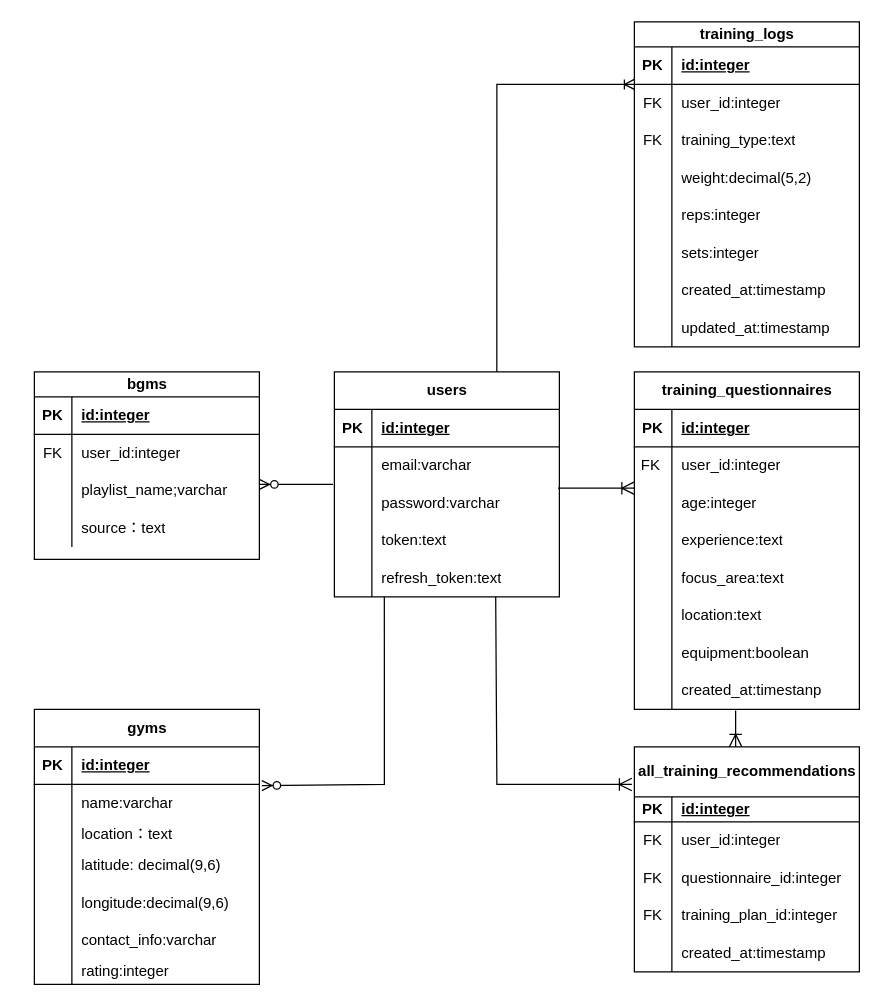
Above: 名称未設定ファイル.drawio in yoshihiro1019/FitAIPlanner (draw.io), before the change. Source tidied: cells renumbered, new cells numbered last; positions are measured from the earlier drawing's top-left corner, leaving out a move shared by most shapes. Both pictures are drawn from the tidied source at 125%, with x=0, y=0 at pixel (34, 21).
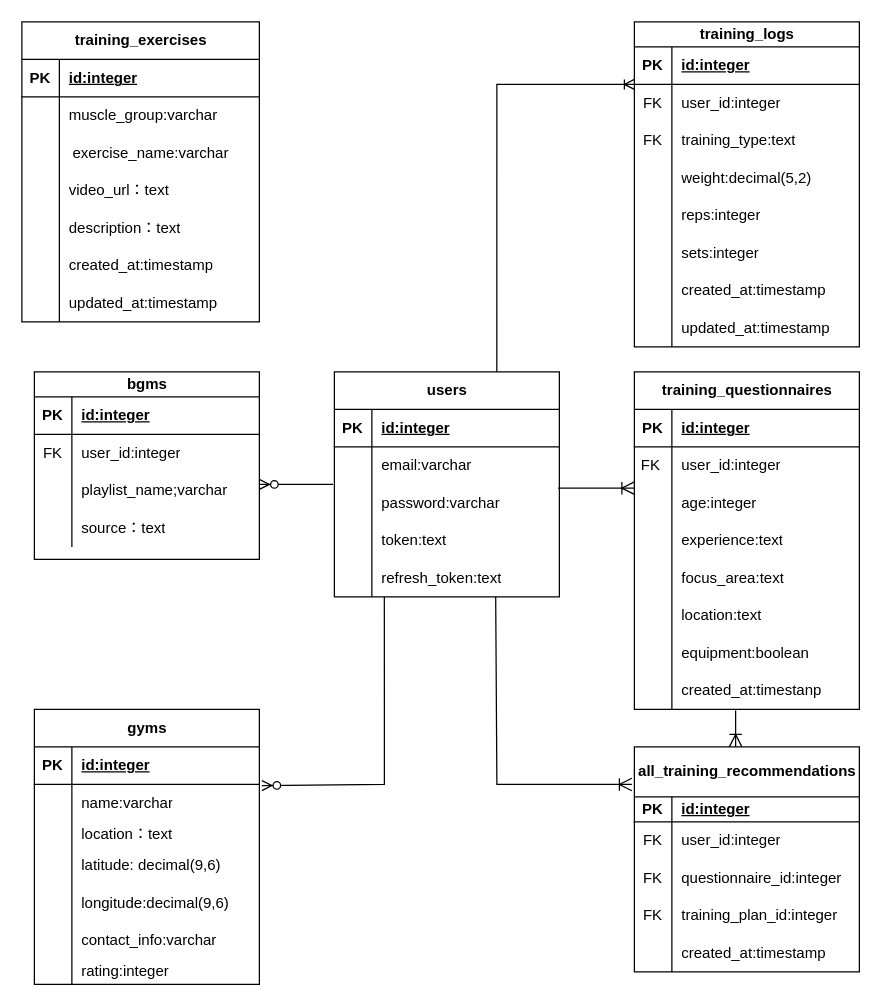
Above is the later version.

Commit message:
名称未設定ファイル.drawio を更新します

What changed in the source:
```diff
@@
+    <mxCell id="125" value="training_exercises" style="shape=table;startSize=30;childLayout=tableLayout;rowLines=0;fontStyle=1;align=center;html=1;" parent="1" vertex="1">
+      <mxGeometry x="-10" width="190" height="240" as="geometry" />
+    </mxCell>
+    <mxCell id="126" style="shape=tableRow;horizontal=0;startSize=0;swimlaneHead=0;swimlaneBody=0;fillColor=none;top=0;left=0;right=0;bottom=1;" parent="125" vertex="1">
+      <mxGeometry y="30" width="190" height="30" as="geometry" />
+    </mxCell>
+    <mxCell id="127" value="PK" style="shape=partialRectangle;fillColor=none;top=0;left=0;bottom=0;right=0;fontStyle=1;overflow=hidden;whiteSpace=wrap;html=1;" parent="126" vertex="1">
+      <mxGeometry width="30" height="30" as="geometry" />
+    </mxCell>
+    <mxCell id="128" value="id:integer" style="shape=partialRectangle;fillColor=none;top=0;left=0;bottom=0;right=0;align=left;spacingLeft=6;fontStyle=5;overflow=hidden;whiteSpace=wrap;html=1;" parent="126" vertex="1">
+      <mxGeometry x="30" width="160" height="30" as="geometry" />
+    </mxCell>
+    <mxCell id="129" style="shape=tableRow;horizontal=0;startSize=0;swimlaneHead=0;swimlaneBody=0;fillColor=none;top=0;left=0;right=0;bottom=0;" parent="125" vertex="1">
+      <mxGeometry y="60" width="190" height="30" as="geometry" />
+    </mxCell>
+    <mxCell id="130" style="shape=partialRectangle;fillColor=none;top=0;left=0;bottom=0;right=0;overflow=hidden;whiteSpace=wrap;html=1;" parent="129" vertex="1">
+      <mxGeometry width="30" height="30" as="geometry" />
+    </mxCell>
+    <mxCell id="131" value="muscle_group:varchar" style="shape=partialRectangle;fillColor=none;top=0;left=0;bottom=0;right=0;align=left;spacingLeft=6;overflow=hidden;whiteSpace=wrap;html=1;" parent="129" vertex="1">
+      <mxGeometry x="30" width="160" height="30" as="geometry" />
+    </mxCell>
+    <mxCell id="132" style="shape=tableRow;horizontal=0;startSize=0;swimlaneHead=0;swimlaneBody=0;fillColor=none;top=0;left=0;right=0;bottom=0;" parent="125" vertex="1">
+      <mxGeometry y="90" width="190" height="30" as="geometry" />
+    </mxCell>
+    <mxCell id="133" style="shape=partialRectangle;fillColor=none;top=0;left=0;bottom=0;right=0;overflow=hidden;whiteSpace=wrap;html=1;" parent="132" vertex="1">
+      <mxGeometry width="30" height="30" as="geometry" />
+    </mxCell>
+    <mxCell id="134" value="&lt;table&gt;&lt;tbody&gt;&lt;tr&gt;&lt;td&gt;exercise_name:varchar&lt;/td&gt;&lt;/tr&gt;&lt;/tbody&gt;&lt;/table&gt;" style="shape=partialRectangle;fillColor=none;top=0;left=0;bottom=0;right=0;align=left;spacingLeft=6;overflow=hidden;whiteSpace=wrap;html=1;" parent="132" vertex="1">
+      <mxGeometry x="30" width="160" height="30" as="geometry" />
+    </mxCell>
+    <mxCell id="135" style="shape=tableRow;horizontal=0;startSize=0;swimlaneHead=0;swimlaneBody=0;fillColor=none;top=0;left=0;right=0;bottom=0;" parent="125" vertex="1">
+      <mxGeometry y="120" width="190" height="30" as="geometry" />
+    </mxCell>
+    <mxCell id="136" style="shape=partialRectangle;fillColor=none;top=0;left=0;bottom=0;right=0;overflow=hidden;whiteSpace=wrap;html=1;" parent="135" vertex="1">
+      <mxGeometry width="30" height="30" as="geometry" />
+    </mxCell>
+    <mxCell id="137" value="video_url：text" style="shape=partialRectangle;fillColor=none;top=0;left=0;bottom=0;right=0;align=left;spacingLeft=6;overflow=hidden;whiteSpace=wrap;html=1;" parent="135" vertex="1">
+      <mxGeometry x="30" width="160" height="30" as="geometry" />
+    </mxCell>
+    <mxCell id="138" style="shape=tableRow;horizontal=0;startSize=0;swimlaneHead=0;swimlaneBody=0;fillColor=none;top=0;left=0;right=0;bottom=0;" parent="125" vertex="1">
+      <mxGeometry y="150" width="190" height="30" as="geometry" />
+    </mxCell>
+    <mxCell id="139" style="shape=partialRectangle;fillColor=none;top=0;left=0;bottom=0;right=0;overflow=hidden;whiteSpace=wrap;html=1;" parent="138" vertex="1">
+      <mxGeometry width="30" height="30" as="geometry" />
+    </mxCell>
+    <mxCell id="140" value="description：text" style="shape=partialRectangle;fillColor=none;top=0;left=0;bottom=0;right=0;align=left;spacingLeft=6;overflow=hidden;whiteSpace=wrap;html=1;" parent="138" vertex="1">
+      <mxGeometry x="30" width="160" height="30" as="geometry" />
+    </mxCell>
+    <mxCell id="141" style="shape=tableRow;horizontal=0;startSize=0;swimlaneHead=0;swimlaneBody=0;fillColor=none;top=0;left=0;right=0;bottom=0;" parent="125" vertex="1">
+      <mxGeometry y="180" width="190" height="30" as="geometry" />
+    </mxCell>
+    <mxCell id="142" style="shape=partialRectangle;fillColor=none;top=0;left=0;bottom=0;right=0;overflow=hidden;whiteSpace=wrap;html=1;" parent="141" vertex="1">
+      <mxGeometry width="30" height="30" as="geometry" />
+    </mxCell>
+    <mxCell id="143" value="created_at:timestamp" style="shape=partialRectangle;fillColor=none;top=0;left=0;bottom=0;right=0;align=left;spacingLeft=6;overflow=hidden;whiteSpace=wrap;html=1;" parent="141" vertex="1">
+      <mxGeometry x="30" width="160" height="30" as="geometry" />
+    </mxCell>
+    <mxCell id="144" style="shape=tableRow;horizontal=0;startSize=0;swimlaneHead=0;swimlaneBody=0;fillColor=none;top=0;left=0;right=0;bottom=0;" parent="125" vertex="1">
+      <mxGeometry y="210" width="190" height="30" as="geometry" />
+    </mxCell>
+    <mxCell id="145" style="shape=partialRectangle;fillColor=none;top=0;left=0;bottom=0;right=0;overflow=hidden;whiteSpace=wrap;html=1;" parent="144" vertex="1">
+      <mxGeometry width="30" height="30" as="geometry" />
+    </mxCell>
+    <mxCell id="146" value="updated_at:timestamp" style="shape=partialRectangle;fillColor=none;top=0;left=0;bottom=0;right=0;align=left;spacingLeft=6;overflow=hidden;whiteSpace=wrap;html=1;" parent="144" vertex="1">
+      <mxGeometry x="30" width="160" height="30" as="geometry" />
+    </mxCell>
```
